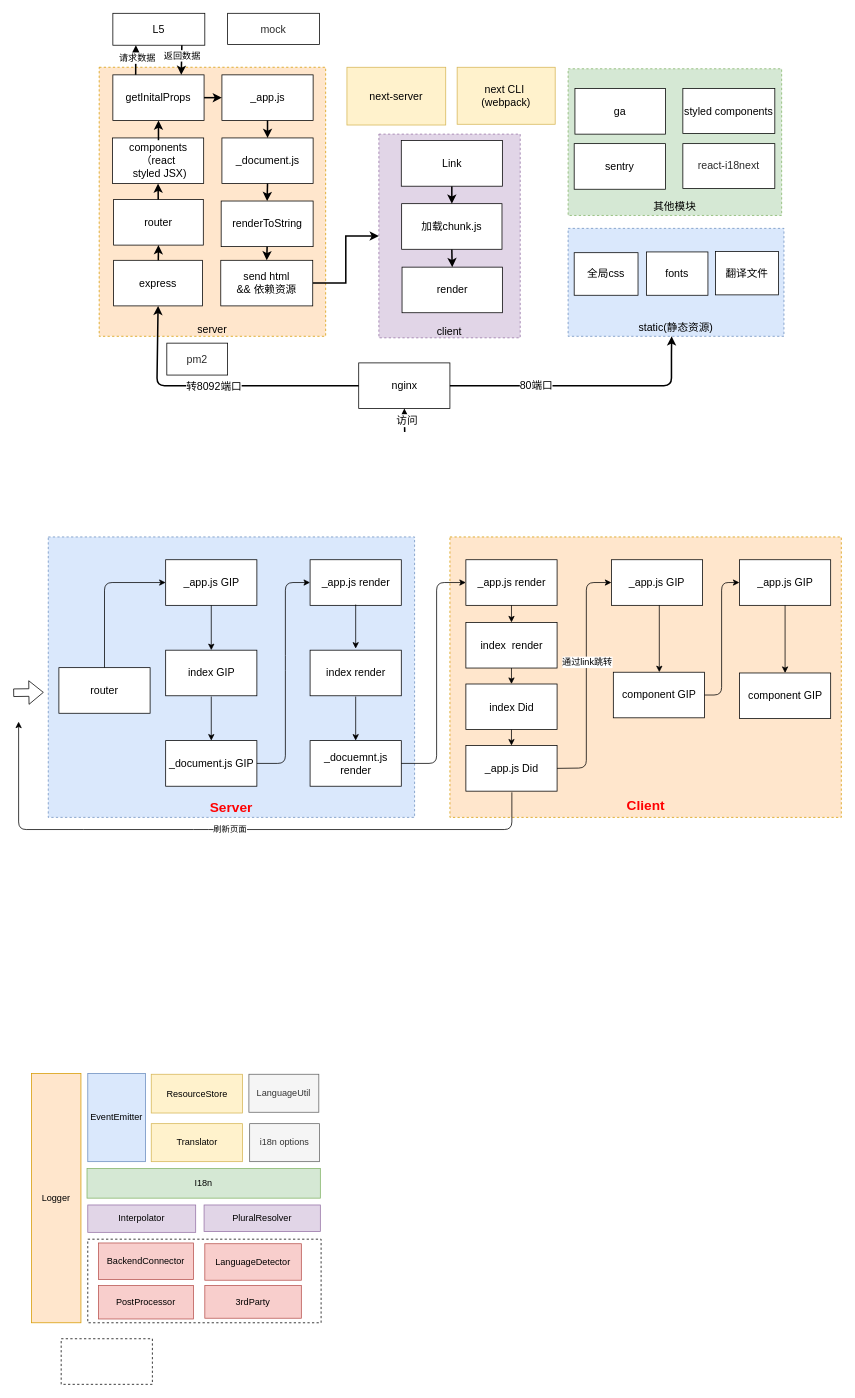
This is Untitled Diagram.drawio from huanglijiao/docs, a draw.io file, before an edit. Source tidied: cells renumbered, new cells numbered last; positions are measured from the earlier drawing's top-left corner, leaving out a move shared by most shapes. Both pictures are drawn from the tidied source at 76%, with x=0, y=0 at pixel (13, 13).
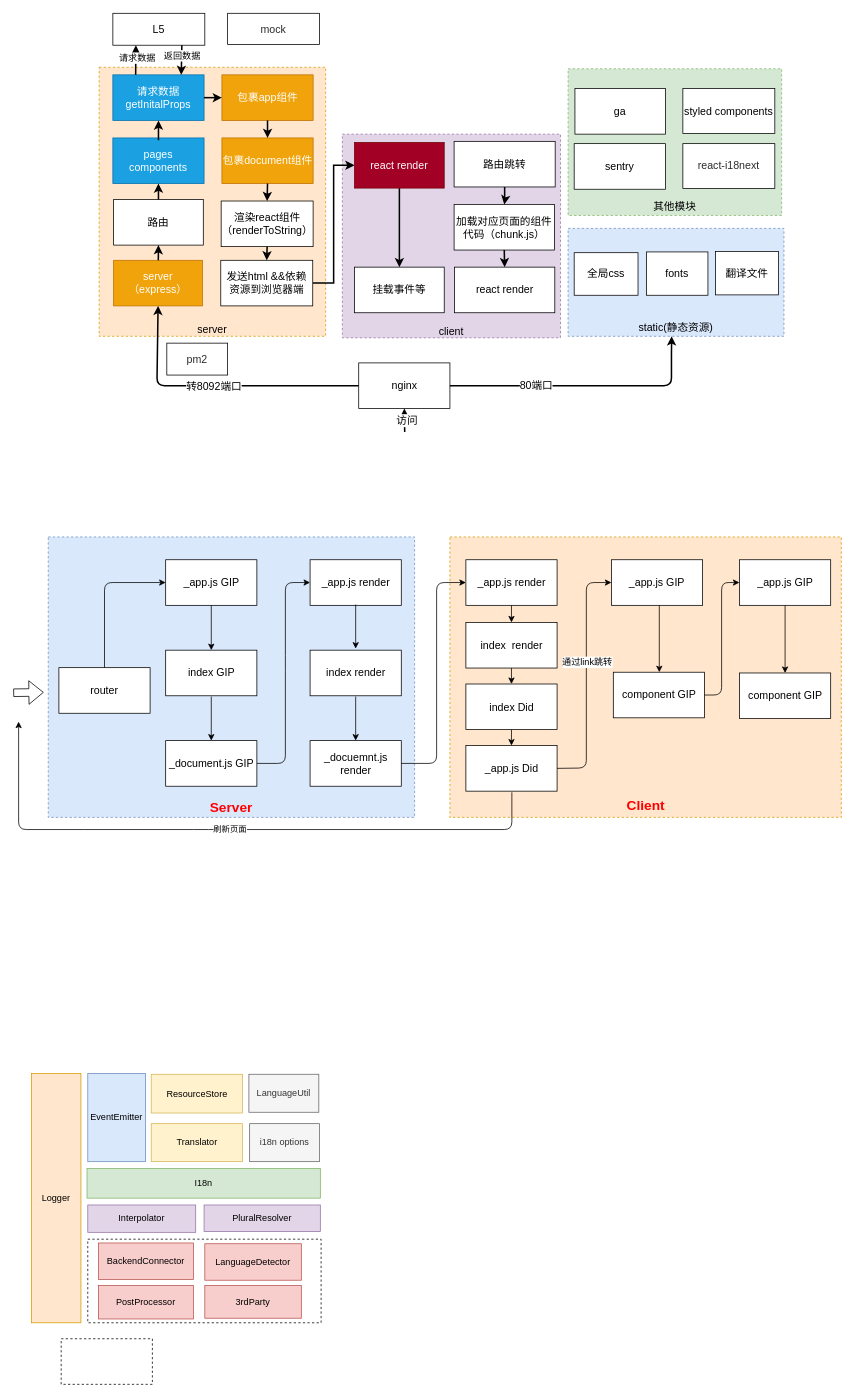
After the change.

The edit, as a diff of the source:
```diff
@@
     <mxCell id="2" value="&lt;font style=&quot;font-size: 14px&quot;&gt;&lt;br&gt;&lt;br&gt;&lt;br&gt;&lt;br&gt;&lt;br&gt;&lt;br&gt;&lt;br&gt;&lt;br&gt;&lt;br&gt;&lt;br&gt;&lt;br&gt;&lt;br&gt;&lt;br&gt;&lt;br&gt;&lt;br&gt;client&lt;/font&gt;" style="rounded=0;whiteSpace=wrap;html=1;dashed=1;fillColor=#e1d5e7;strokeColor=#9673a6;" parent="1" vertex="1">
-      <mxGeometry x="481" y="159" width="186" height="268" as="geometry" />
+      <mxGeometry x="433" y="159" width="287" height="268" as="geometry" />
     </mxCell>
@@
-    <mxCell id="14" value="&lt;span style=&quot;font-size: 14px&quot;&gt;express&lt;/span&gt;" style="rounded=0;whiteSpace=wrap;html=1;" parent="1" vertex="1">
+    <mxCell id="14" value="&lt;span style=&quot;font-size: 14px&quot;&gt;server&lt;br&gt;（express）&lt;/span&gt;" style="rounded=0;whiteSpace=wrap;html=1;fillColor=#f0a30a;strokeColor=#BD7000;fontColor=#ffffff;" parent="1" vertex="1">
       <mxGeometry x="132" y="325" width="117" height="60" as="geometry" />
     </mxCell>
@@
-    <mxCell id="17" value="&lt;span style=&quot;font-size: 14px&quot;&gt;router&lt;/span&gt;" style="rounded=0;whiteSpace=wrap;html=1;" parent="1" vertex="1">
+    <mxCell id="17" value="&lt;span style=&quot;font-size: 14px&quot;&gt;路由&lt;/span&gt;" style="rounded=0;whiteSpace=wrap;html=1;" parent="1" vertex="1">
       <mxGeometry x="132" y="245" width="118" height="60" as="geometry" />
     </mxCell>
-    <mxCell id="18" value="&lt;font style=&quot;font-size: 14px&quot;&gt;components&lt;br&gt;（react&lt;br&gt;&amp;nbsp;styled JSX)&lt;br&gt;&lt;/font&gt;" style="rounded=0;whiteSpace=wrap;html=1;" parent="1" vertex="1">
-      <mxGeometry x="130.5" y="164" width="120" height="60" as="geometry" />
+    <mxCell id="18" value="&lt;font style=&quot;font-size: 14px&quot;&gt;&lt;br&gt;pages&lt;br&gt;components&lt;br&gt;&lt;br&gt;&lt;/font&gt;" style="rounded=0;whiteSpace=wrap;html=1;fillColor=#1ba1e2;strokeColor=#006EAF;fontColor=#ffffff;" parent="1" vertex="1">
+      <mxGeometry x="131" y="164" width="120" height="60" as="geometry" />
     </mxCell>
@@
-    <mxCell id="20" value="&lt;font style=&quot;font-size: 14px&quot;&gt;getInitalProps&lt;/font&gt;" style="rounded=0;whiteSpace=wrap;html=1;" parent="1" vertex="1">
+    <mxCell id="20" value="&lt;font style=&quot;font-size: 14px&quot;&gt;请求数据&lt;br&gt;getInitalProps&lt;/font&gt;" style="rounded=0;whiteSpace=wrap;html=1;fillColor=#1ba1e2;strokeColor=#006EAF;fontColor=#ffffff;" parent="1" vertex="1">
       <mxGeometry x="131" y="81" width="120" height="60" as="geometry" />
     </mxCell>
-    <mxCell id="21" value="&lt;span style=&quot;white-space: normal ; font-size: 14px&quot;&gt;_document.js&lt;/span&gt;" style="rounded=0;whiteSpace=wrap;html=1;" parent="1" vertex="1">
+    <mxCell id="21" value="&lt;span style=&quot;white-space: normal ; font-size: 14px&quot;&gt;包裹document组件&lt;/span&gt;" style="rounded=0;whiteSpace=wrap;html=1;fillColor=#f0a30a;strokeColor=#BD7000;fontColor=#ffffff;" parent="1" vertex="1">
       <mxGeometry x="274.5" y="164" width="120" height="60" as="geometry" />
     </mxCell>
-    <mxCell id="22" value="&lt;font style=&quot;font-size: 14px&quot;&gt;_app.js&lt;/font&gt;" style="rounded=0;whiteSpace=wrap;html=1;" parent="1" vertex="1">
+    <mxCell id="22" value="&lt;span style=&quot;font-size: 14px&quot;&gt;包裹app组件&lt;/span&gt;" style="rounded=0;whiteSpace=wrap;html=1;fillColor=#f0a30a;strokeColor=#BD7000;fontColor=#ffffff;" parent="1" vertex="1">
       <mxGeometry x="274.5" y="81" width="120" height="60" as="geometry" />
     </mxCell>
-    <mxCell id="23" value="&lt;font&gt;&lt;span style=&quot;font-size: 14px&quot;&gt;renderToString&lt;/span&gt;&lt;br&gt;&lt;/font&gt;" style="rounded=0;whiteSpace=wrap;html=1;" parent="1" vertex="1">
+    <mxCell id="23" value="&lt;font&gt;&lt;span style=&quot;font-size: 14px&quot;&gt;渲染react组件&lt;br&gt;（renderToString）&lt;/span&gt;&lt;br&gt;&lt;/font&gt;" style="rounded=0;whiteSpace=wrap;html=1;" parent="1" vertex="1">
       <mxGeometry x="273.5" y="247" width="121" height="60" as="geometry" />
     </mxCell>
@@
-    <mxCell id="29" value="&lt;font style=&quot;font-size: 14px&quot;&gt;next CLI&amp;nbsp; &lt;br&gt;(webpack)&lt;/font&gt;" style="rounded=0;whiteSpace=wrap;html=1;fillColor=#fff2cc;strokeColor=#d6b656;" parent="1" vertex="1">
-      <mxGeometry x="584" y="71" width="129" height="75" as="geometry" />
-    </mxCell>
@@
-    <mxCell id="83" style="edgeStyle=orthogonalEdgeStyle;rounded=0;jettySize=auto;html=1;exitX=1;exitY=0.5;exitDx=0;exitDy=0;entryX=0;entryY=0.5;entryDx=0;entryDy=0;strokeWidth=2;" parent="1" edge="1" source="84" target="2">
-      <mxGeometry relative="1" as="geometry" />
-    </mxCell>
+    <mxCell id="100" style="edgeStyle=orthogonalEdgeStyle;rounded=0;jettySize=auto;html=1;exitX=1;exitY=0.5;exitDx=0;exitDy=0;entryX=0;entryY=0.5;entryDx=0;entryDy=0;strokeWidth=2;" parent="1" edge="1" source="84" target="102">
+      <mxGeometry relative="1" as="geometry" />
+    </mxCell>
-    <mxCell id="84" value="&lt;font&gt;&lt;span style=&quot;font-size: 14px&quot;&gt;send html&lt;br&gt;&lt;/span&gt;&lt;font style=&quot;font-size: 14px&quot;&gt;&amp;amp;&amp;amp; 依赖资源&lt;/font&gt;&lt;br&gt;&lt;/font&gt;" style="rounded=0;whiteSpace=wrap;html=1;" parent="1" vertex="1">
+    <mxCell id="84" value="&lt;font&gt;&lt;span style=&quot;font-size: 14px&quot;&gt;发送html&amp;nbsp;&lt;/span&gt;&lt;font style=&quot;font-size: 14px&quot;&gt;&amp;amp;&amp;amp;依赖资源到浏览器端&lt;/font&gt;&lt;br&gt;&lt;/font&gt;" style="rounded=0;whiteSpace=wrap;html=1;" parent="1" vertex="1">
       <mxGeometry x="273" y="325" width="121" height="60" as="geometry" />
     </mxCell>
@@
-    <mxCell id="93" value="&lt;span style=&quot;font-size: 14px&quot;&gt;加载chunk.js&lt;/span&gt;" style="rounded=0;whiteSpace=wrap;html=1;" parent="1" vertex="1">
-      <mxGeometry x="511" y="250.5" width="132" height="60" as="geometry" />
+    <mxCell id="93" value="&lt;span style=&quot;font-size: 14px&quot;&gt;加载对应页面的组件代码（chunk.js）&lt;/span&gt;" style="rounded=0;whiteSpace=wrap;html=1;" parent="1" vertex="1">
+      <mxGeometry x="580" y="251.5" width="132" height="60" as="geometry" />
     </mxCell>
@@
-    <mxCell id="95" value="&lt;span style=&quot;font-size: 14px&quot;&gt;Link&lt;/span&gt;" style="rounded=0;whiteSpace=wrap;html=1;" parent="1" vertex="1">
-      <mxGeometry x="510.5" y="167.5" width="133" height="60" as="geometry" />
+    <mxCell id="95" value="&lt;span style=&quot;font-size: 14px&quot;&gt;路由跳转&lt;/span&gt;" style="rounded=0;whiteSpace=wrap;html=1;" parent="1" vertex="1">
+      <mxGeometry x="580" y="168.5" width="133" height="60" as="geometry" />
     </mxCell>
-    <mxCell id="96" value="&lt;font style=&quot;font-size: 14px&quot;&gt;next-server&lt;/font&gt;" style="rounded=0;whiteSpace=wrap;html=1;fillColor=#fff2cc;strokeColor=#d6b656;" parent="1" vertex="1">
-      <mxGeometry x="439" y="71" width="130" height="76" as="geometry" />
-    </mxCell>
-    <mxCell id="97" value="&lt;span style=&quot;font-size: 14px&quot;&gt;render&lt;/span&gt;" style="rounded=0;whiteSpace=wrap;html=1;" parent="1" vertex="1">
-      <mxGeometry x="511.5" y="334" width="132" height="60" as="geometry" />
+    <mxCell id="97" value="&lt;span style=&quot;font-size: 14px&quot;&gt;react render&lt;/span&gt;" style="rounded=0;whiteSpace=wrap;html=1;" parent="1" vertex="1">
+      <mxGeometry x="580.5" y="334" width="132" height="60" as="geometry" />
     </mxCell>
@@
+    <mxCell id="101" style="edgeStyle=orthogonalEdgeStyle;rounded=0;jettySize=auto;html=1;exitX=0.5;exitY=1;exitDx=0;exitDy=0;strokeWidth=2;" parent="1" edge="1" source="102" target="103">
+      <mxGeometry relative="1" as="geometry" />
+    </mxCell>
+    <mxCell id="102" value="&lt;span style=&quot;font-size: 14px&quot;&gt;react render&lt;/span&gt;" style="rounded=0;whiteSpace=wrap;html=1;fillColor=#a20025;strokeColor=#6F0000;fontColor=#ffffff;" parent="1" vertex="1">
+      <mxGeometry x="449" y="170" width="118" height="60" as="geometry" />
+    </mxCell>
+    <mxCell id="103" value="&lt;span style=&quot;font-size: 14px&quot;&gt;挂载事件等&lt;/span&gt;" style="rounded=0;whiteSpace=wrap;html=1;" parent="1" vertex="1">
+      <mxGeometry x="449" y="334" width="118" height="60" as="geometry" />
+    </mxCell>
```
